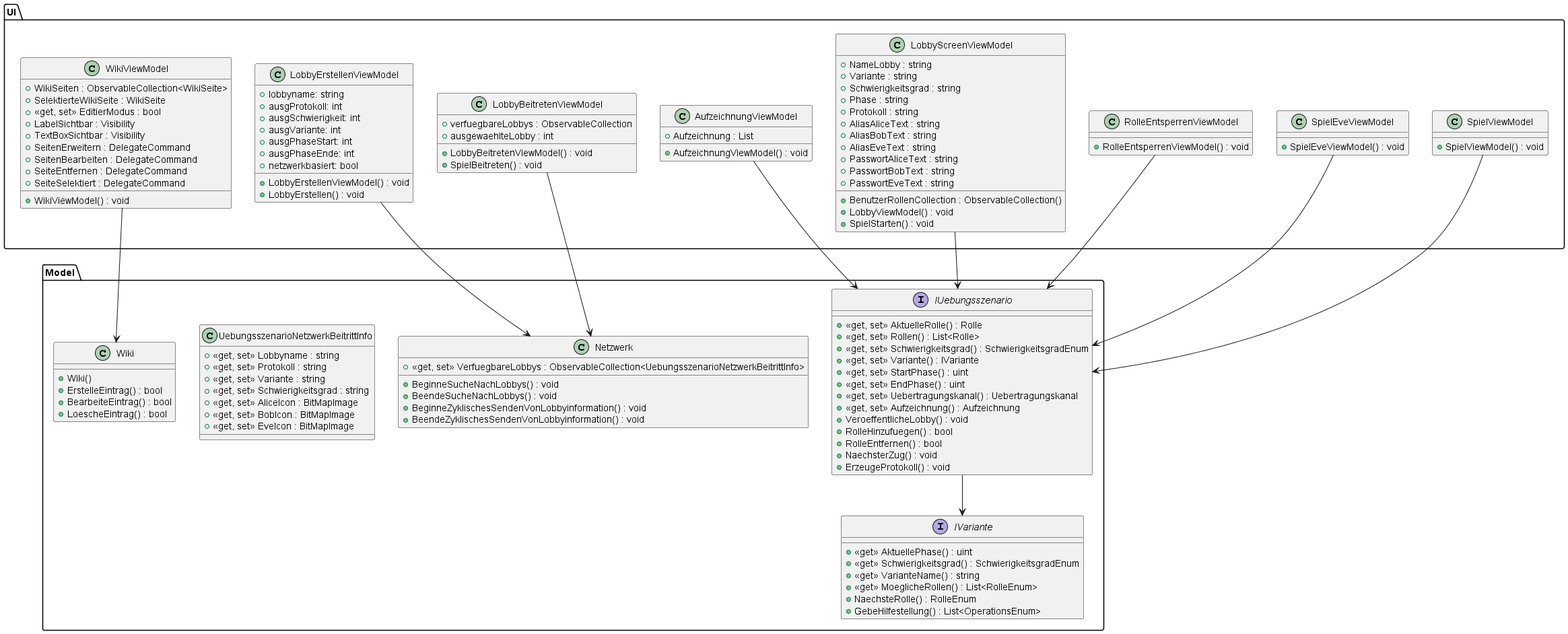
The PlantUML diagram 02_Entwurf/Schnittstellendiagramm/name.png in Jonas-Ha/quakrypto, before a commit.
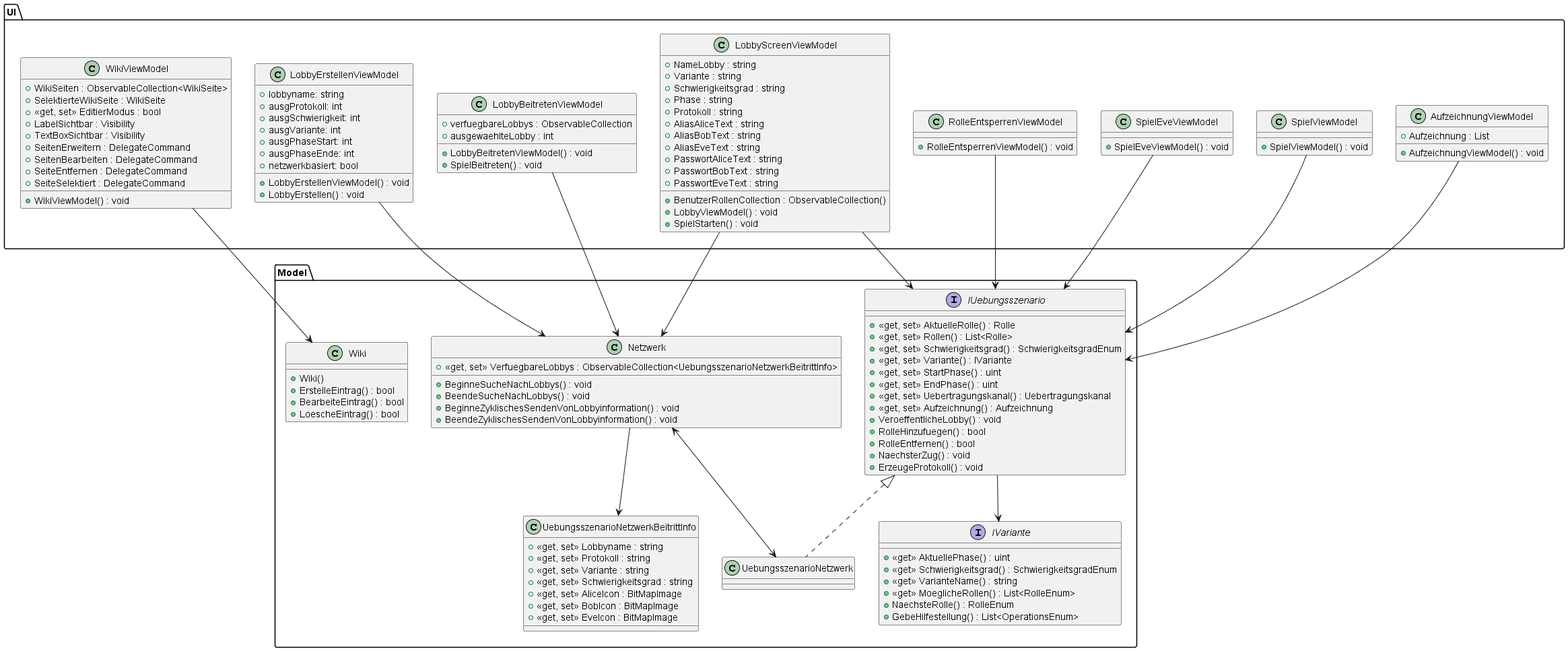
After the commit.

The edit, as a diff of the source:
```diff
@@ -33,6 +33,24 @@
 		+ GebeHilfestellung() : List<OperationsEnum>
 	}
 
+	together {
+		class UebungsszenarioNetzwerk implements IUebungsszenario
+		{
+
+		}
+
+			class UebungsszenarioNetzwerkBeitrittInfo
+		{
+			+ <<get, set>> Lobbyname : string
+			+ <<get, set>> Protokoll : string
+			+ <<get, set>> Variante : string
+			+ <<get, set>> Schwierigkeitsgrad : string
+			+ <<get, set>> AliceIcon : BitMapImage
+			+ <<get, set>> BobIcon : BitMapImage
+			+ <<get, set>> EveIcon : BitMapImage
+		}
+	}
+
 	class Netzwerk
 	{
 		+ <<get, set>> VerfuegbareLobbys : ObservableCollection<UebungsszenarioNetzwerkBeitrittInfo>
@@ -40,17 +58,6 @@
 		+ BeendeSucheNachLobbys() : void
 		+ BeginneZyklischesSendenVonLobbyinformation() : void
 		+ BeendeZyklischesSendenVonLobbyinformation() : void
-	}
-
-	class UebungsszenarioNetzwerkBeitrittInfo
-	{
-		+ <<get, set>> Lobbyname : string
-		+ <<get, set>> Protokoll : string
-		+ <<get, set>> Variante : string
-		+ <<get, set>> Schwierigkeitsgrad : string
-		+ <<get, set>> AliceIcon : BitMapImage
-		+ <<get, set>> BobIcon : BitMapImage
-		+ <<get, set>> EveIcon : BitMapImage
 	}
 
 	class Wiki
@@ -150,4 +157,7 @@
 IUebungsszenario --> IVariante
 LobbyBeitretenViewModel --> Netzwerk
 LobbyErstellenViewModel --> Netzwerk
+Netzwerk <--> UebungsszenarioNetzwerk
+UebungsszenarioNetzwerkBeitrittInfo <-- Netzwerk
+Netzwerk <-- LobbyScreenViewModel
 @enduml
```
